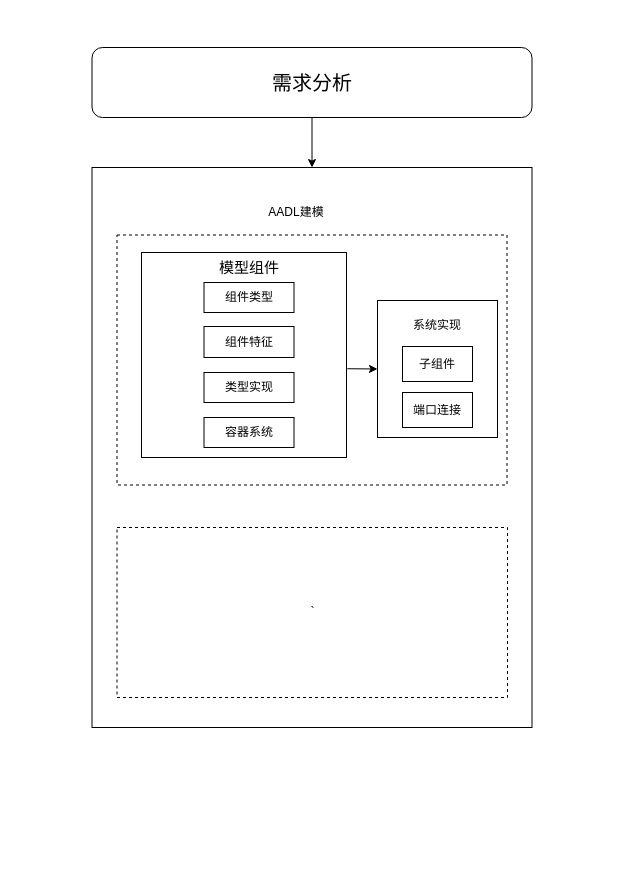
Before: AADL.drawio in taiwensaf/alisa-examples, a draw.io diagram. Source tidied: cells renumbered, new cells numbered last; positions are measured from the earlier drawing's top-left corner, leaving out a move shared by most shapes. Both pictures are drawn from the tidied source at 100%, with x=0, y=0 at pixel (91, 47).
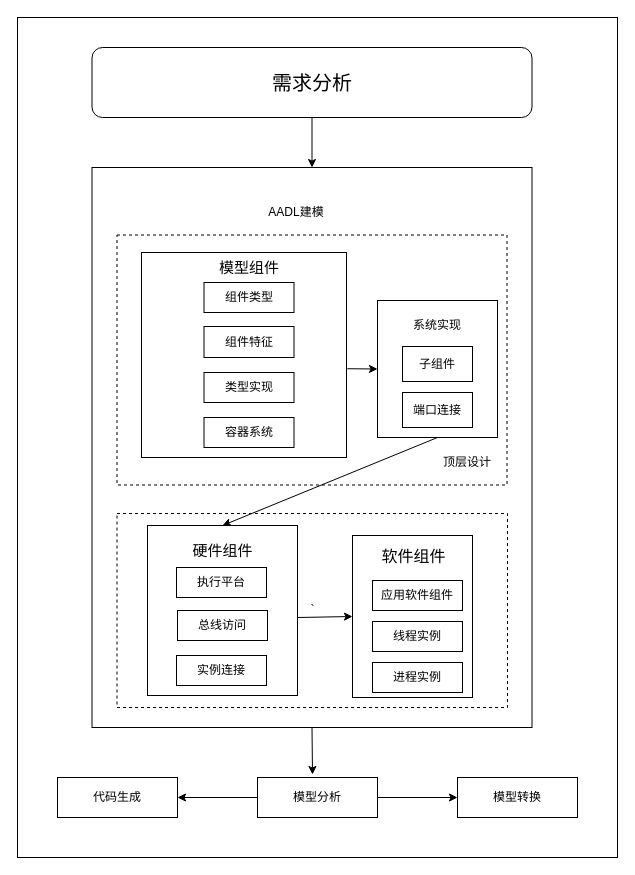
The same page after the edit.

Unchanged cells that the change refers to:
```xml
<mxCell id="2" style="rounded=0;whiteSpace=wrap;html=1;" parent="1" vertex="1">
  <mxGeometry x="0.5" y="120" width="440" height="560" as="geometry" />
</mxCell>
<mxCell id="13" style="rounded=0;whiteSpace=wrap;html=1;" parent="1" vertex="1">
  <mxGeometry x="286" y="253" width="120" height="137" as="geometry" />
</mxCell>
```

Change to the diagram source:
```diff
@@
+    <mxCell id="20" style="rounded=0;whiteSpace=wrap;html=1;" parent="1" vertex="1">
+      <mxGeometry x="-74" y="-30" width="600" height="840" as="geometry" />
+    </mxCell>
@@
     <mxCell id="19" value="`" style="rounded=0;whiteSpace=wrap;html=1;dashed=1;" parent="1" vertex="1">
-      <mxGeometry x="25.5" y="480" width="390.5" height="170" as="geometry" />
+      <mxGeometry x="25.5" y="466" width="390.5" height="194" as="geometry" />
     </mxCell>
+    <mxCell id="21" style="endArrow=classic;html=1;rounded=0;entryX=0.5;entryY=0;entryDx=0;entryDy=0;exitX=0.5;exitY=1;exitDx=0;exitDy=0;" parent="1" edge="1" source="13" target="22">
+      <mxGeometry relative="1" as="geometry" />
+    </mxCell>
+    <mxCell id="22" style="rounded=0;whiteSpace=wrap;html=1;" parent="1" vertex="1">
+      <mxGeometry x="56" y="478" width="150" height="170" as="geometry" />
+    </mxCell>
+    <mxCell id="23" value="顶层设计" style="text;html=1;align=center;verticalAlign=middle;whiteSpace=wrap;rounded=0;" parent="1" vertex="1">
+      <mxGeometry x="346" y="400" width="60" height="30" as="geometry" />
+    </mxCell>
+    <mxCell id="24" value="执行平台" style="rounded=0;whiteSpace=wrap;html=1;" parent="1" vertex="1">
+      <mxGeometry x="85" y="520" width="90" height="30" as="geometry" />
+    </mxCell>
+    <mxCell id="25" value="&lt;font style=&quot;font-size: 15px;&quot;&gt;硬件组件&lt;/font&gt;" style="text;html=1;align=center;verticalAlign=middle;whiteSpace=wrap;rounded=0;" parent="1" vertex="1">
+      <mxGeometry x="95.5" y="488" width="71" height="30" as="geometry" />
+    </mxCell>
+    <mxCell id="26" value="总线访问" style="rounded=0;whiteSpace=wrap;html=1;" parent="1" vertex="1">
+      <mxGeometry x="86" y="563" width="90" height="30" as="geometry" />
+    </mxCell>
+    <mxCell id="27" value="实例连接" style="rounded=0;whiteSpace=wrap;html=1;" parent="1" vertex="1">
+      <mxGeometry x="85" y="608" width="90" height="30" as="geometry" />
+    </mxCell>
+    <mxCell id="28" style="rounded=0;whiteSpace=wrap;html=1;" parent="1" vertex="1">
+      <mxGeometry x="261" y="488" width="120" height="162" as="geometry" />
+    </mxCell>
+    <mxCell id="29" value="&lt;font style=&quot;font-size: 16px;&quot;&gt;软件组件&lt;/font&gt;" style="text;html=1;align=center;verticalAlign=middle;whiteSpace=wrap;rounded=0;" parent="1" vertex="1">
+      <mxGeometry x="285" y="494" width="75" height="30" as="geometry" />
+    </mxCell>
+    <mxCell id="30" value="应用软件组件" style="rounded=0;whiteSpace=wrap;html=1;" parent="1" vertex="1">
+      <mxGeometry x="281" y="533" width="90" height="30" as="geometry" />
+    </mxCell>
+    <mxCell id="31" value="线程实例" style="rounded=0;whiteSpace=wrap;html=1;" parent="1" vertex="1">
+      <mxGeometry x="281" y="574" width="90" height="30" as="geometry" />
+    </mxCell>
+    <mxCell id="32" value="进程实例" style="rounded=0;whiteSpace=wrap;html=1;" parent="1" vertex="1">
+      <mxGeometry x="281" y="615" width="90" height="30" as="geometry" />
+    </mxCell>
+    <mxCell id="33" style="endArrow=classic;html=1;rounded=0;entryX=0;entryY=0.5;entryDx=0;entryDy=0;" parent="1" edge="1" target="28">
+      <mxGeometry relative="1" as="geometry">
+        <mxPoint x="206" y="570" as="sourcePoint" />
+      </mxGeometry>
+    </mxCell>
+    <mxCell id="34" style="endArrow=classic;html=1;rounded=0;exitX=0.5;exitY=1;exitDx=0;exitDy=0;" parent="1" edge="1" source="2">
+      <mxGeometry relative="1" as="geometry">
+        <mxPoint x="221" y="727" as="targetPoint" />
+      </mxGeometry>
+    </mxCell>
+    <mxCell id="35" style="edgeStyle=orthogonalEdgeStyle;rounded=0;jettySize=auto;html=1;" parent="1" edge="1" source="37" target="38">
+      <mxGeometry relative="1" as="geometry" />
+    </mxCell>
+    <mxCell id="36" style="edgeStyle=orthogonalEdgeStyle;rounded=0;jettySize=auto;html=1;" parent="1" edge="1" source="37" target="39">
+      <mxGeometry relative="1" as="geometry" />
+    </mxCell>
+    <mxCell id="37" value="模型分析" style="rounded=0;whiteSpace=wrap;html=1;" parent="1" vertex="1">
+      <mxGeometry x="166" y="730" width="120" height="40" as="geometry" />
+    </mxCell>
+    <mxCell id="38" value="代码生成" style="whiteSpace=wrap;html=1;rounded=0;" parent="1" vertex="1">
+      <mxGeometry x="-34" y="730" width="120" height="40" as="geometry" />
+    </mxCell>
+    <mxCell id="39" value="模型转换" style="whiteSpace=wrap;html=1;rounded=0;" parent="1" vertex="1">
+      <mxGeometry x="366" y="730" width="120" height="40" as="geometry" />
+    </mxCell>
```
